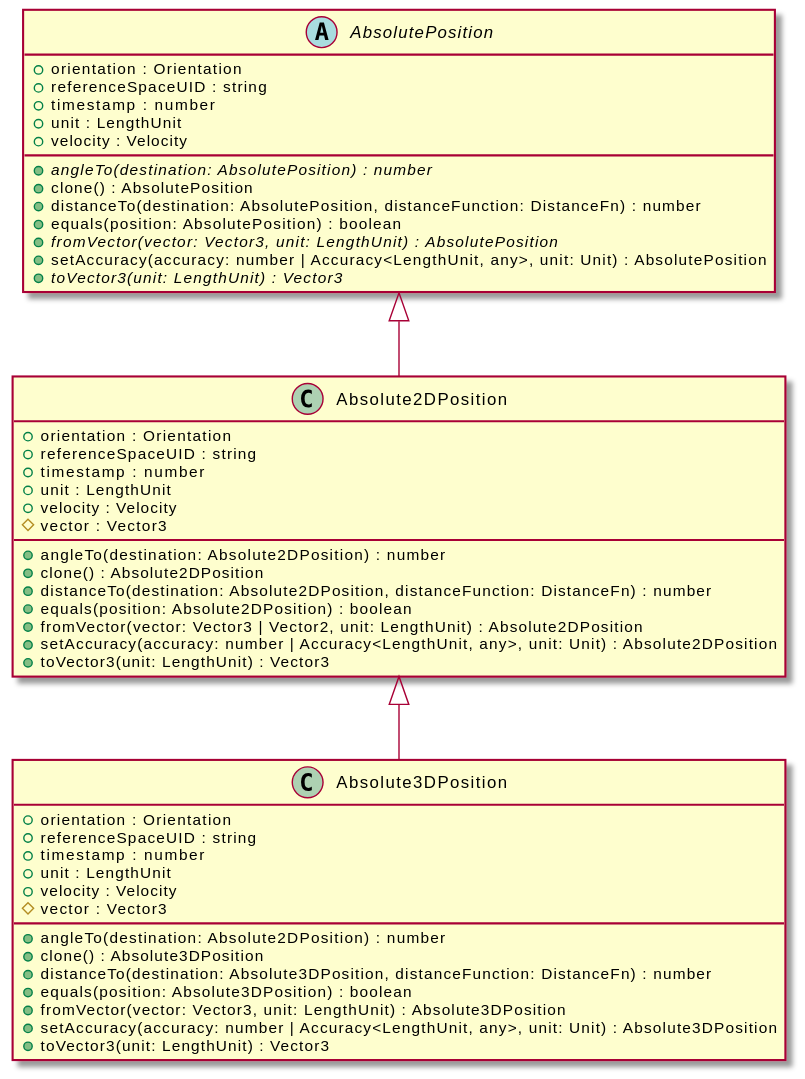
OpenHPS/openhps-core keeps this PlantUML diagram as assets/Absolute2DPosition-umlClassDiagram-3595.svg. Above is the earlier version.
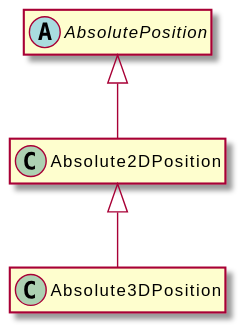
Above is the later version.

Change to the diagram source:
```diff
@@ -3,49 +3,11 @@
 hide empty methods
 hide empty fields
 class "Absolute2DPosition" {
-    +orientation : Orientation
-    +referenceSpaceUID : string
-    +timestamp : number
-    +unit : LengthUnit
-    +velocity : Velocity
-    #vector : Vector3
-    +angleTo(destination: Absolute2DPosition) : number
-    +clone() : Absolute2DPosition
-    +distanceTo(destination: Absolute2DPosition, distanceFunction: DistanceFn) : number
-    +equals(position: Absolute2DPosition) : boolean
-    +fromVector(vector: Vector3 | Vector2, unit: LengthUnit) : Absolute2DPosition
-    +setAccuracy(accuracy: number | Accuracy<LengthUnit, any>, unit: Unit) : Absolute2DPosition
-    +toVector3(unit: LengthUnit) : Vector3
 }
 abstract class "AbsolutePosition" {
-    +orientation : Orientation
-    +referenceSpaceUID : string
-    +timestamp : number
-    +unit : LengthUnit
-    +velocity : Velocity
-    {abstract} +angleTo(destination: AbsolutePosition) : number
-    +clone() : AbsolutePosition
-    +distanceTo(destination: AbsolutePosition, distanceFunction: DistanceFn) : number
-    +equals(position: AbsolutePosition) : boolean
-    {abstract} +fromVector(vector: Vector3, unit: LengthUnit) : AbsolutePosition
-    +setAccuracy(accuracy: number | Accuracy<LengthUnit, any>, unit: Unit) : AbsolutePosition
-    {abstract} +toVector3(unit: LengthUnit) : Vector3
 }
 "AbsolutePosition" <|-- "Absolute2DPosition"
 class "Absolute3DPosition" {
-    +orientation : Orientation
-    +referenceSpaceUID : string
-    +timestamp : number
-    +unit : LengthUnit
-    +velocity : Velocity
-    #vector : Vector3
-    +angleTo(destination: Absolute2DPosition) : number
-    +clone() : Absolute3DPosition
-    +distanceTo(destination: Absolute3DPosition, distanceFunction: DistanceFn) : number
-    +equals(position: Absolute3DPosition) : boolean
-    +fromVector(vector: Vector3, unit: LengthUnit) : Absolute3DPosition
-    +setAccuracy(accuracy: number | Accuracy<LengthUnit, any>, unit: Unit) : Absolute3DPosition
-    +toVector3(unit: LengthUnit) : Vector3
 }
 "Absolute2DPosition" <|-- "Absolute3DPosition"
 @enduml
```
